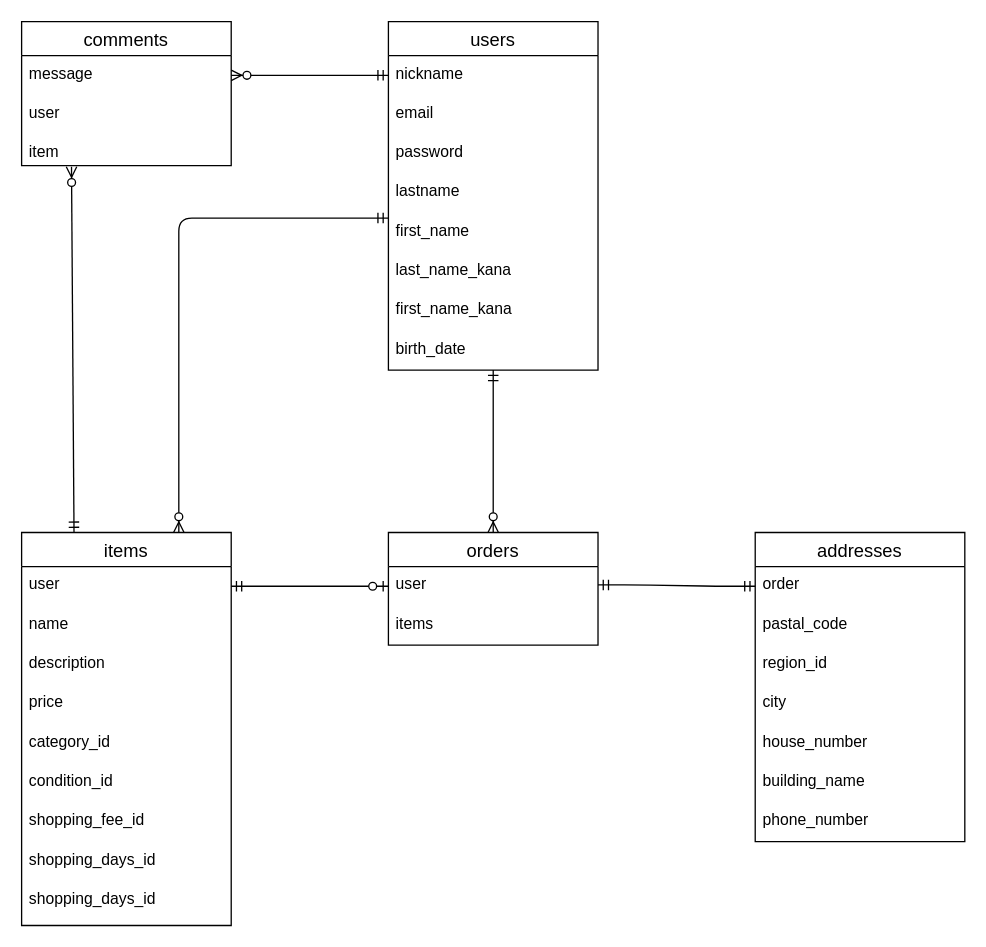
Above: page "ページ1" (1 of 2) of ER.dio in kiku-hub/furima-41648 (draw.io), before the change. Source tidied: cells renumbered, new cells numbered last; positions are measured from the earlier drawing's top-left corner, leaving out a move shared by most shapes. Both pictures are drawn from the tidied source at 131%, with x=0, y=0 at pixel (21, 21).
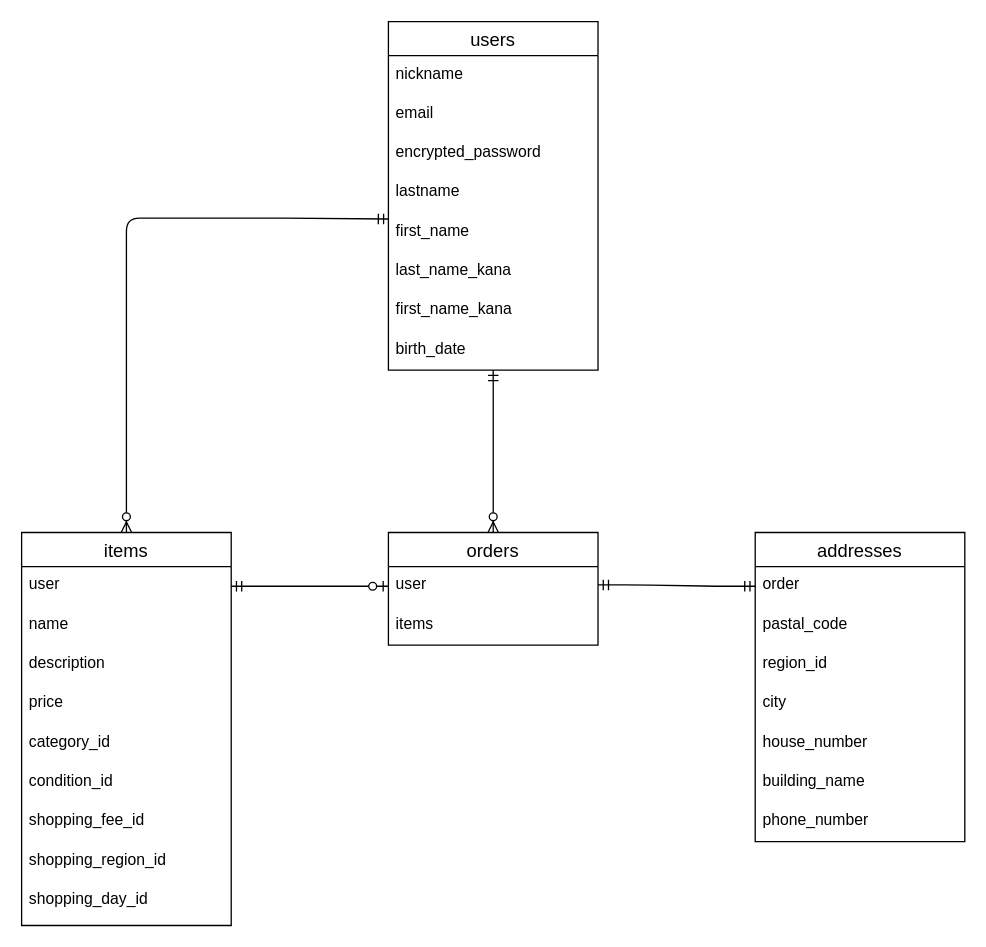
After the change.

Commit message (it also covers changes not shown here):
ER図・READMEの修正

Unchanged cells that the change refers to:
```xml
<mxCell id="5" value="items" style="swimlane;fontStyle=0;horizontal=1;startSize=26;align=center;fontSize=14;" parent="1" vertex="1">
  <mxGeometry y="390" width="160" height="300" as="geometry" />
</mxCell>
<mxCell id="20" value="users" style="swimlane;fontStyle=0;horizontal=1;startSize=26;align=center;fontSize=14;" parent="1" vertex="1">
  <mxGeometry x="280" width="160" height="266" as="geometry" />
</mxCell>
<mxCell id="21" value="nickname" style="text;strokeColor=none;fillColor=none;spacingLeft=4;spacingRight=4;overflow=hidden;points=[[0,0.5],[1,0.5]];portConstraint=eastwest;fontSize=12;" parent="20" vertex="1">
  <mxGeometry y="26" width="160" height="30" as="geometry" />
</mxCell>
<mxCell id="25" value="first_name" style="text;strokeColor=none;fillColor=none;spacingLeft=4;spacingRight=4;overflow=hidden;points=[[0,0.5],[1,0.5]];portConstraint=eastwest;fontSize=12;" parent="20" vertex="1">
  <mxGeometry y="146" width="160" height="30" as="geometry" />
</mxCell>
```

Diff of the diagram source:
```diff
@@
-    <mxCell id="13" value="shopping_days_id" style="text;strokeColor=none;fillColor=none;spacingLeft=4;spacingRight=4;overflow=hidden;fontSize=12;" parent="5" vertex="1">
+    <mxCell id="13" value="shopping_region_id" style="text;strokeColor=none;fillColor=none;spacingLeft=4;spacingRight=4;overflow=hidden;fontSize=12;" parent="5" vertex="1">
       <mxGeometry y="236" width="160" height="30" as="geometry" />
     </mxCell>
-    <mxCell id="14" value="shopping_days_id" style="text;strokeColor=none;fillColor=none;spacingLeft=4;spacingRight=4;overflow=hidden;fontSize=12;" parent="5" vertex="1">
+    <mxCell id="14" value="shopping_day_id" style="text;strokeColor=none;fillColor=none;spacingLeft=4;spacingRight=4;overflow=hidden;fontSize=12;" parent="5" vertex="1">
       <mxGeometry y="266" width="160" height="34" as="geometry" />
     </mxCell>
@@
-    <mxCell id="16" value="comments" style="swimlane;fontStyle=0;horizontal=1;startSize=26;align=center;fontSize=14;" parent="1" vertex="1">
-      <mxGeometry width="160" height="110" as="geometry" />
-    </mxCell>
-    <mxCell id="17" value="message" style="text;strokeColor=none;fillColor=none;spacingLeft=4;spacingRight=4;overflow=hidden;points=[[0,0.5],[1,0.5]];portConstraint=eastwest;fontSize=12;" parent="16" vertex="1">
-      <mxGeometry y="26" width="160" height="30" as="geometry" />
-    </mxCell>
-    <mxCell id="18" value="user" style="text;strokeColor=none;fillColor=none;spacingLeft=4;spacingRight=4;overflow=hidden;fontSize=12;" parent="16" vertex="1">
-      <mxGeometry y="56" width="160" height="30" as="geometry" />
-    </mxCell>
-    <mxCell id="19" value="item" style="text;strokeColor=none;fillColor=none;spacingLeft=4;spacingRight=4;overflow=hidden;points=[[0,0.5],[1,0.5]];portConstraint=eastwest;fontSize=12;" parent="16" vertex="1">
-      <mxGeometry y="86" width="160" height="24" as="geometry" />
-    </mxCell>
@@
-    <mxCell id="23" value="password" style="text;strokeColor=none;fillColor=none;spacingLeft=4;spacingRight=4;overflow=hidden;fontSize=12;" parent="20" vertex="1">
+    <mxCell id="23" value="encrypted_password" style="text;strokeColor=none;fillColor=none;spacingLeft=4;spacingRight=4;overflow=hidden;fontSize=12;" parent="20" vertex="1">
       <mxGeometry y="86" width="160" height="30" as="geometry" />
     </mxCell>
@@
-    <mxCell id="39" style="fontSize=12;html=1;endArrow=ERzeroToMany;startArrow=ERmandOne;exitX=0;exitY=0.133;exitDx=0;exitDy=0;exitPerimeter=0;" parent="1" edge="1" source="25">
+    <mxCell id="39" style="fontSize=12;html=1;endArrow=ERzeroToMany;startArrow=ERmandOne;exitX=0.002;exitY=0.156;exitDx=0;exitDy=0;exitPerimeter=0;entryX=0.5;entryY=0;entryDx=0;entryDy=0;" parent="1" edge="1" source="25" target="5">
       <mxGeometry relative="1" as="geometry">
-        <mxPoint x="120" y="390" as="targetPoint" />
         <Array as="points">
           <mxPoint x="190" y="150" />
           <mxPoint x="120" y="150" />
+          <mxPoint x="80" y="150" />
+          <mxPoint x="80" y="200" />
         </Array>
       </mxGeometry>
     </mxCell>
-    <mxCell id="40" style="fontSize=12;html=1;endArrow=ERzeroToMany;startArrow=ERmandOne;exitX=0.25;exitY=0;exitDx=0;exitDy=0;entryX=0.238;entryY=1.033;entryDx=0;entryDy=0;entryPerimeter=0;" parent="1" edge="1" source="5" target="19">
-      <mxGeometry relative="1" as="geometry" />
-    </mxCell>
-    <mxCell id="41" style="edgeStyle=entityRelationEdgeStyle;fontSize=12;html=1;endArrow=ERzeroToMany;startArrow=ERmandOne;entryX=1;entryY=0.5;entryDx=0;entryDy=0;exitX=0;exitY=0.5;exitDx=0;exitDy=0;" parent="1" edge="1" source="21" target="17">
-      <mxGeometry relative="1" as="geometry" />
-    </mxCell>
```
